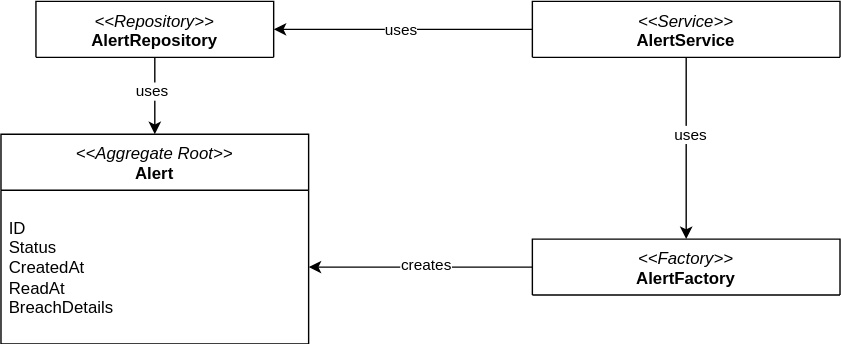
Above: docs/report/img/uml/alert_ddd.svg in EnergyConsumptionOptimizer/documentation (draw.io), before the change. Source tidied: cells renumbered, new cells last; positions are measured from the earlier drawing's top-left corner, leaving out a move shared by most shapes.
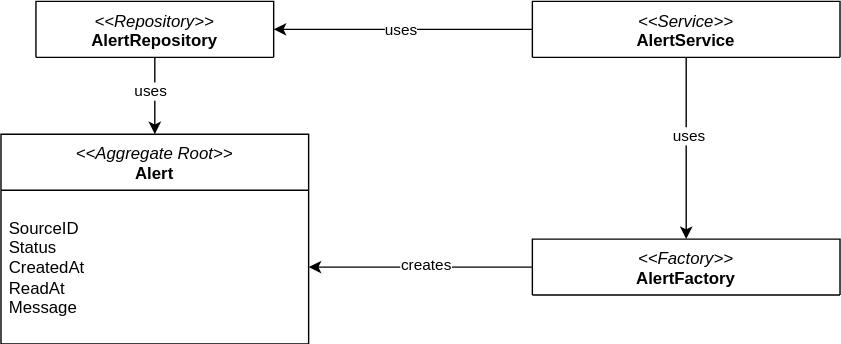
Later version of the same file.

Commit message:
docs: update bounded context section for alert

Change to the diagram source:
```diff
@@ -5,22 +5,22 @@
     <mxCell id="2" style="edgeStyle=orthogonalEdgeStyle;rounded=0;jettySize=auto;html=1;entryX=0.5;entryY=0;entryDx=0;entryDy=0;" parent="1" edge="1" source="6" target="9">
       <mxGeometry relative="1" as="geometry" />
     </mxCell>
-    <mxCell id="3" value="uses" style="edgeLabel;html=1;align=center;verticalAlign=middle;" parent="2" vertex="1">
-      <mxGeometry x="-0.14" y="2" relative="1" as="geometry" />
-    </mxCell>
+    <mxCell id="15" value="uses" style="edgeLabel;html=1;align=center;verticalAlign=middle;" parent="2" vertex="1">
+      <mxGeometry x="-0.14" y="2" relative="1" as="geometry" />
+    </mxCell>
     <mxCell id="4" style="edgeStyle=orthogonalEdgeStyle;rounded=0;jettySize=auto;html=1;entryX=1;entryY=0.5;entryDx=0;entryDy=0;" parent="1" edge="1" source="6" target="12">
       <mxGeometry relative="1" as="geometry" />
     </mxCell>
-    <mxCell id="5" value="uses" style="edgeLabel;html=1;align=center;verticalAlign=middle;" parent="4" vertex="1">
-      <mxGeometry x="0.02" relative="1" as="geometry" />
-    </mxCell>
+    <mxCell id="16" value="uses" style="edgeLabel;html=1;align=center;verticalAlign=middle;" parent="4" vertex="1">
+      <mxGeometry x="0.02" relative="1" as="geometry" />
+    </mxCell>
     <mxCell id="6" value="&lt;i&gt;&amp;lt;&amp;lt;Service&amp;gt;&amp;gt;&lt;/i&gt;&lt;br&gt;&lt;b&gt;Alert&lt;/b&gt;&lt;b&gt;Service&lt;/b&gt;" style="swimlane;fontStyle=0;align=center;verticalAlign=top;horizontal=1;startSize=40;html=1;whiteSpace=wrap;" parent="1" vertex="1">
       <mxGeometry x="380" y="-0.5" width="220" height="40" as="geometry" />
     </mxCell>
-    <mxCell id="7" style="edgeStyle=orthogonalEdgeStyle;rounded=0;jettySize=auto;html=1;entryX=1;entryY=0.5;entryDx=0;entryDy=0;" parent="1" edge="1" source="9" target="14">
-      <mxGeometry relative="1" as="geometry" />
-    </mxCell>
+    <mxCell id="17" style="edgeStyle=orthogonalEdgeStyle;rounded=0;jettySize=auto;html=1;entryX=1;entryY=0.5;entryDx=0;entryDy=0;" parent="1" edge="1" source="9" target="19">
+      <mxGeometry relative="1" as="geometry" />
+    </mxCell>
-    <mxCell id="8" value="creates" style="edgeLabel;html=1;align=center;verticalAlign=middle;" parent="7" vertex="1">
+    <mxCell id="8" value="creates" style="edgeLabel;html=1;align=center;verticalAlign=middle;" parent="17" vertex="1">
       <mxGeometry x="-0.04" y="-2" relative="1" as="geometry" />
     </mxCell>
     <mxCell id="9" value="&lt;div&gt;&lt;i&gt;&amp;lt;&amp;lt;Factory&amp;gt;&amp;gt;&lt;/i&gt;&lt;b&gt;&lt;br&gt;&lt;/b&gt;&lt;/div&gt;&lt;div&gt;&lt;b&gt;Alert&lt;/b&gt;&lt;b&gt;Factory&lt;/b&gt;&lt;/div&gt;" style="swimlane;fontStyle=0;align=center;verticalAlign=top;horizontal=1;startSize=40;html=1;whiteSpace=wrap;" parent="1" vertex="1">
@@ -29,17 +29,17 @@
     <mxCell id="10" style="edgeStyle=orthogonalEdgeStyle;rounded=0;jettySize=auto;html=1;entryX=0.5;entryY=0;entryDx=0;entryDy=0;" parent="1" edge="1" source="12" target="13">
       <mxGeometry relative="1" as="geometry" />
     </mxCell>
-    <mxCell id="11" value="uses" style="edgeLabel;html=1;align=center;verticalAlign=middle;" parent="10" vertex="1">
-      <mxGeometry x="-0.13" y="-3" relative="1" as="geometry" />
-    </mxCell>
+    <mxCell id="18" value="uses" style="edgeLabel;html=1;align=center;verticalAlign=middle;" parent="10" vertex="1">
+      <mxGeometry x="-0.13" y="-3" relative="1" as="geometry" />
+    </mxCell>
     <mxCell id="12" value="&lt;i&gt;&amp;lt;&amp;lt;Repository&amp;gt;&amp;gt;&lt;/i&gt;&lt;br&gt;&lt;b&gt;Alert&lt;/b&gt;&lt;b&gt;Repository&lt;/b&gt;" style="swimlane;fontStyle=0;align=center;verticalAlign=top;horizontal=1;startSize=40;html=1;whiteSpace=wrap;" parent="1" vertex="1">
       <mxGeometry x="25" y="-0.5" width="170" height="40" as="geometry" />
     </mxCell>
     <mxCell id="13" value="&lt;i&gt;&amp;lt;&amp;lt;Aggregate Root&amp;gt;&amp;gt;&lt;/i&gt;&lt;br&gt;&lt;b&gt;Alert&lt;/b&gt;&lt;br&gt;&lt;b&gt;&lt;br&gt;&lt;br&gt;&lt;/b&gt;" style="swimlane;fontStyle=0;align=center;verticalAlign=top;horizontal=1;startSize=40;html=1;whiteSpace=wrap;" parent="1" vertex="1">
       <mxGeometry y="94.5" width="220" height="150" as="geometry" />
     </mxCell>
-    <mxCell id="14" value="&lt;div&gt;ID&lt;/div&gt;&lt;div&gt;Status&lt;/div&gt;&lt;div&gt;CreatedAt&lt;/div&gt;ReadAt&lt;div&gt;BreachDetails&lt;/div&gt;" style="text;html=1;strokeColor=none;fillColor=none;align=left;verticalAlign=middle;spacingLeft=4;spacingRight=4;overflow=hidden;points=[[0,0.5],[1,0.5]];portConstraint=eastwest;whiteSpace=wrap;" parent="13" vertex="1">
-      <mxGeometry y="40" width="220" height="110" as="geometry" />
-    </mxCell>
+    <mxCell id="19" value="&lt;div&gt;SourceID&lt;/div&gt;&lt;div&gt;Status&lt;/div&gt;&lt;div&gt;CreatedAt&lt;/div&gt;ReadAt&lt;div&gt;Message&lt;/div&gt;" style="text;html=1;strokeColor=none;fillColor=none;align=left;verticalAlign=middle;spacingLeft=4;spacingRight=4;overflow=hidden;points=[[0,0.5],[1,0.5]];portConstraint=eastwest;whiteSpace=wrap;" parent="13" vertex="1">
+      <mxGeometry y="40" width="220" height="110" as="geometry" />
+    </mxCell>
   </root>
 </mxGraphModel>
```
